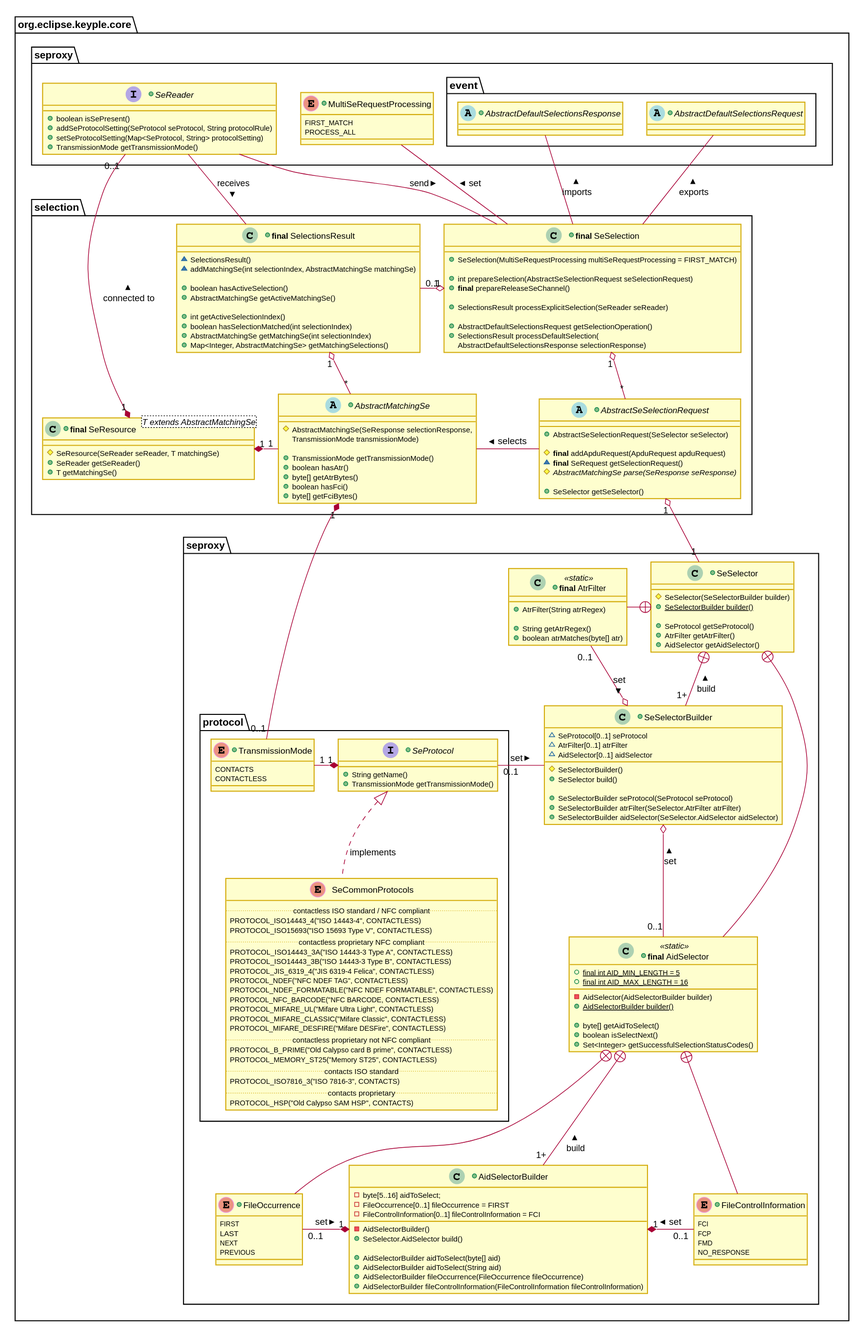
calypsonet/keyple keeps this PlantUML diagram as docs/KeypleCoreApi/Application/img/KeypleCore_ApplicationApi_ClassDiag_Selection_SelectorAndSelection_0_9_0.svg. Above is the earlier version. The source it was exported from:
```plantuml
@startuml
skinparam ClassBorderColor #D4AC0D
skinparam stereotypeABorderColor #A9DCDF
skinparam stereotypeIBorderColor #B4A7E5
skinparam stereotypeCBorderColor #ADD1B2
skinparam stereotypeEBorderColor #EB93DF
skinparam shadowing false

skinparam StateBorderColor #D4AC0D
skinparam ActivityBorderColor #D4AC0D

skinparam ClassBackgroundColor<<red>> #FDEDEC
skinparam ClassBorderColor<<red>> #E74C3C
hide <<red>> stereotype
skinparam ClassBackgroundColor<<purple>> #F4ECF7
skinparam ClassBorderColor<<purple>> #8E44AD
hide <<purple>> stereotype
skinparam ClassBackgroundColor<<blue>> #EBF5FB
skinparam ClassBorderColor<<blue>> #3498DB
hide <<blue>> stereotype
skinparam ClassBackgroundColor<<green>> #EAFAF1
skinparam ClassBorderColor<<green>> #2ECC71
hide <<green>> stereotype

skinparam ClassBackgroundColor<<orange>> #FDF2E9
skinparam ClassBorderColor<<orange>> #E67E22
hide <<orange>> stereotype

skinparam ClassBackgroundColor<<grey>> #EAECEE
skinparam ClassBorderColor<<grey>> #2C3E50
hide <<grey>> stereotype

package org.eclipse.keyple.core #FFFFFF {
  package "seproxy" as seproxy_even #FFFFFF {
+interface SeReader {
  +boolean isSePresent()
  +addSeProtocolSetting(SeProtocol seProtocol, String protocolRule)
  +setSeProtocolSetting(Map<SeProtocol, String> protocolSetting)
  +TransmissionMode getTransmissionMode()
}
+enum MultiSeRequestProcessing {
	FIRST_MATCH
	PROCESS_ALL
}

    package event #FFFFFF {
+abstract AbstractDefaultSelectionsRequest {
}

+abstract AbstractDefaultSelectionsResponse {
}
    }
  }

  package selection #FFFFFF {
+class "<b>final</b> SeSelection" as SeSelection {
  +SeSelection(MultiSeRequestProcessing multiSeRequestProcessing = FIRST_MATCH)

  +int prepareSelection(AbstractSeSelectionRequest seSelectionRequest)
  +<b>final</b> prepareReleaseSeChannel()

  +SelectionsResult processExplicitSelection(SeReader seReader)

  +AbstractDefaultSelectionsRequest getSelectionOperation()
  +SelectionsResult processDefaultSelection(
    AbstractDefaultSelectionsResponse selectionResponse)
}
+abstract AbstractSeSelectionRequest {
  +AbstractSeSelectionRequest(SeSelector seSelector)

  #<b>final</b> addApduRequest(ApduRequest apduRequest)
  ~<b>final</b> SeRequest getSelectionRequest()
  {abstract} #AbstractMatchingSe parse(SeResponse seResponse)

  +SeSelector getSeSelector()
}

+abstract AbstractMatchingSe {
  #AbstractMatchingSe(SeResponse selectionResponse,
    TransmissionMode transmissionMode)

  +TransmissionMode getTransmissionMode()
  +boolean hasAtr()
  +byte[] getAtrBytes()
  +boolean hasFci()
  +byte[] getFciBytes()
}
+class "<b>final</b> SelectionsResult" as SelectionsResult {
  ~SelectionsResult()
  ~addMatchingSe(int selectionIndex, AbstractMatchingSe matchingSe)

  +boolean hasActiveSelection()
  +AbstractMatchingSe getActiveMatchingSe()

  +int getActiveSelectionIndex()
  +boolean hasSelectionMatched(int selectionIndex)
  +AbstractMatchingSe getMatchingSe(int selectionIndex)
  +Map<Integer, AbstractMatchingSe> getMatchingSelections()
}
+class "<b>final</b> SeResource<T extends AbstractMatchingSe>" as SeResource_T {
  #SeResource(SeReader seReader, T matchingSe)
  +SeReader getSeReader()
  +T getMatchingSe()
}

    SeResource_T "1" *-right- "1" AbstractMatchingSe

    SeSelection "1" o-down- "*" AbstractSeSelectionRequest
    SeSelection "1" o-left- "0..1" SelectionsResult

    SelectionsResult "1" o-down- "*" AbstractMatchingSe
    AbstractMatchingSe -right- AbstractSeSelectionRequest : selects <
  }

  package "seproxy" as seproxy_protocol #FFFFFF {
    package protocol #FFFFFF {
+enum TransmissionMode {
  CONTACTS
  CONTACTLESS
}
enum SeCommonProtocols {
  .. contactless ISO standard / NFC compliant ..
  PROTOCOL_ISO14443_4("ISO 14443-4", CONTACTLESS)
  PROTOCOL_ISO15693("ISO 15693 Type V", CONTACTLESS)
  .. contactless proprietary NFC compliant ..
  PROTOCOL_ISO14443_3A("ISO 14443-3 Type A", CONTACTLESS)
  PROTOCOL_ISO14443_3B("ISO 14443-3 Type B", CONTACTLESS)
  PROTOCOL_JIS_6319_4("JIS 6319-4 Felica", CONTACTLESS)
  PROTOCOL_NDEF("NFC NDEF TAG", CONTACTLESS)
  PROTOCOL_NDEF_FORMATABLE("NFC NDEF FORMATABLE", CONTACTLESS)
  PROTOCOL_NFC_BARCODE("NFC BARCODE, CONTACTLESS)
  PROTOCOL_MIFARE_UL("Mifare Ultra Light", CONTACTLESS)
  PROTOCOL_MIFARE_CLASSIC("Mifare Classic", CONTACTLESS)
  PROTOCOL_MIFARE_DESFIRE("Mifare DESFire", CONTACTLESS)
  .. contactless proprietary not NFC compliant ..
  PROTOCOL_B_PRIME("Old Calypso card B prime", CONTACTLESS)
  PROTOCOL_MEMORY_ST25("Memory ST25", CONTACTLESS)
  .. contacts ISO standard ..
  PROTOCOL_ISO7816_3("ISO 7816-3", CONTACTS)
  .. contacts proprietary  ..
  PROTOCOL_HSP("Old Calypso SAM HSP", CONTACTS)
}

+interface SeProtocol {
  +String getName()
  +TransmissionMode getTransmissionMode()
}

      TransmissionMode "1" -left-* "1" SeProtocol
      SeProtocol <|.down. SeCommonProtocols : implements
    }

+class SeSelector {
  #SeSelector(SeSelectorBuilder builder)
  +{static}SeSelectorBuilder builder()

  +SeProtocol getSeProtocol()
  +AtrFilter getAtrFilter()
  +AidSelector getAidSelector()
}
+class SeSelectorBuilder {
  ~SeProtocol[0..1] seProtocol
  ~AtrFilter[0..1] atrFilter
  ~AidSelector[0..1] aidSelector
  #SeSelectorBuilder()
  +SeSelector build()

  +SeSelectorBuilder seProtocol(SeProtocol seProtocol)
  +SeSelectorBuilder atrFilter(SeSelector.AtrFilter atrFilter)
  +SeSelectorBuilder aidSelector(SeSelector.AidSelector aidSelector)
}

    SeProtocol "0..1" -right- SeSelectorBuilder : set >

+enum FileOccurrence {
  FIRST
  LAST
  NEXT
  PREVIOUS
}

+enum FileControlInformation {
  FCI
  FCP
  FMD
  NO_RESPONSE
}
+class "<b>final</b> AtrFilter" as AtrFilter <<static>> {
  +AtrFilter(String atrRegex)

  +String getAtrRegex()
  +boolean atrMatches(byte[] atr)
}
+class "<b>final</b> AidSelector" as AidSelector <<static>> {
  +{static} final int AID_MIN_LENGTH = 5
  +{static} final int AID_MAX_LENGTH = 16

  -AidSelector(AidSelectorBuilder builder)
  +{static}AidSelectorBuilder builder()

  +byte[] getAidToSelect()
  +boolean isSelectNext()
  +Set<Integer> getSuccessfulSelectionStatusCodes()
}

+class AidSelectorBuilder {
  -byte[5..16] aidToSelect;
  -FileOccurrence[0..1] fileOccurrence = FIRST
  -FileControlInformation[0..1] fileControlInformation = FCI
  -AidSelectorBuilder()
  +SeSelector.AidSelector build()

  +AidSelectorBuilder aidToSelect(byte[] aid)
  +AidSelectorBuilder aidToSelect(String aid)
  +AidSelectorBuilder fileOccurrence(FileOccurrence fileOccurrence)
  +AidSelectorBuilder fileControlInformation(FileControlInformation fileControlInformation)
}
    AidSelector +-down- FileOccurrence
    AidSelector +-down- FileControlInformation
    AidSelector +-- "1+" AidSelectorBuilder : build <
    AidSelectorBuilder "1" *-left- "0..1" FileOccurrence : set <
    AidSelectorBuilder "1" *-right- "0..1" FileControlInformation : set <

    SeSelectorBuilder o-down- "0..1" AidSelector : set <
    SeSelectorBuilder o-up- "0..1" AtrFilter : set <

    SeSelector +-- AidSelector
    SeSelector +-left- AtrFilter
    SeSelector +-- "1+" SeSelectorBuilder : build <
  }

  SeSelection -up- SeReader : send <
  MultiSeRequestProcessing -- SeSelection : set <
  SeSelection -up- AbstractDefaultSelectionsRequest : exports >
  SeSelection -up- AbstractDefaultSelectionsResponse : imports >

  SelectionsResult -up- SeReader : receives <
  SeReader "0..1" --* "1" SeResource_T : connected to <

  AbstractSeSelectionRequest "1" o-down- "1" SeSelector
  AbstractMatchingSe "1" *-- "0..1" TransmissionMode
}
@enduml
```
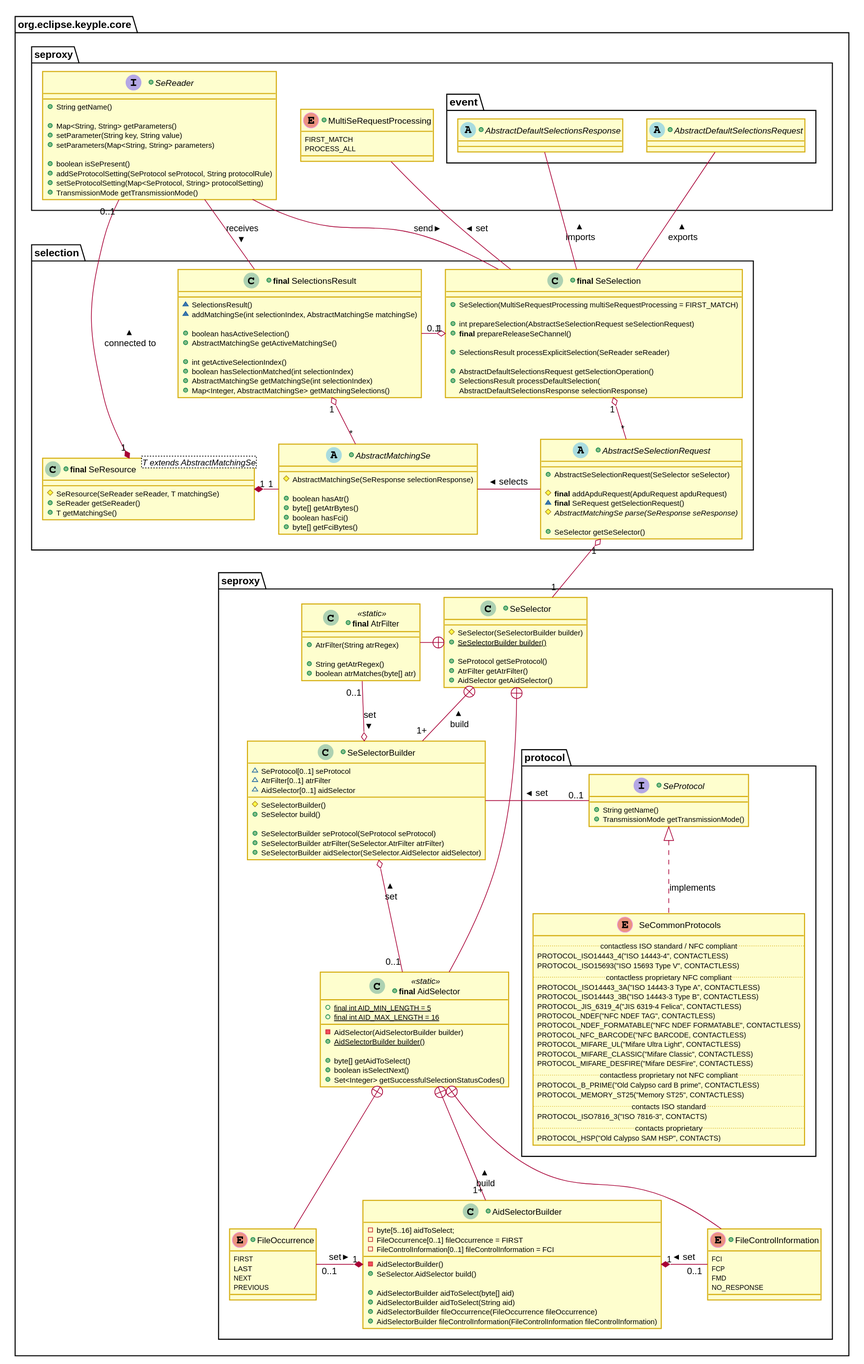
Later version of the same file.

The edit, as a diff of the source:
```diff
@@ -33,6 +33,12 @@
 package org.eclipse.keyple.core #FFFFFF {
   package "seproxy" as seproxy_even #FFFFFF {
 +interface SeReader {
+  +String getName()
+
+  +Map<String, String> getParameters()
+  +setParameter(String key, String value)
+  +setParameters(Map<String, String> parameters)
+
   +boolean isSePresent()
   +addSeProtocolSetting(SeProtocol seProtocol, String protocolRule)
   +setSeProtocolSetting(Map<SeProtocol, String> protocolSetting)
@@ -76,10 +82,8 @@
 }
 
 +abstract AbstractMatchingSe {
-  #AbstractMatchingSe(SeResponse selectionResponse,
-    TransmissionMode transmissionMode)
+  #AbstractMatchingSe(SeResponse selectionResponse)
 
-  +TransmissionMode getTransmissionMode()
   +boolean hasAtr()
   +byte[] getAtrBytes()
   +boolean hasFci()
@@ -114,10 +118,11 @@
 
   package "seproxy" as seproxy_protocol #FFFFFF {
     package protocol #FFFFFF {
-+enum TransmissionMode {
-  CONTACTS
-  CONTACTLESS
++interface SeProtocol {
+  +String getName()
+  +TransmissionMode getTransmissionMode()
 }
+
 enum SeCommonProtocols {
   .. contactless ISO standard / NFC compliant ..
   PROTOCOL_ISO14443_4("ISO 14443-4", CONTACTLESS)
@@ -141,12 +146,6 @@
   PROTOCOL_HSP("Old Calypso SAM HSP", CONTACTS)
 }
 
-+interface SeProtocol {
-  +String getName()
-  +TransmissionMode getTransmissionMode()
-}
-
-      TransmissionMode "1" -left-* "1" SeProtocol
       SeProtocol <|.down. SeCommonProtocols : implements
     }
 
@@ -238,6 +237,5 @@
   SeReader "0..1" --* "1" SeResource_T : connected to <
 
   AbstractSeSelectionRequest "1" o-down- "1" SeSelector
-  AbstractMatchingSe "1" *-- "0..1" TransmissionMode
 }
 @enduml
```
